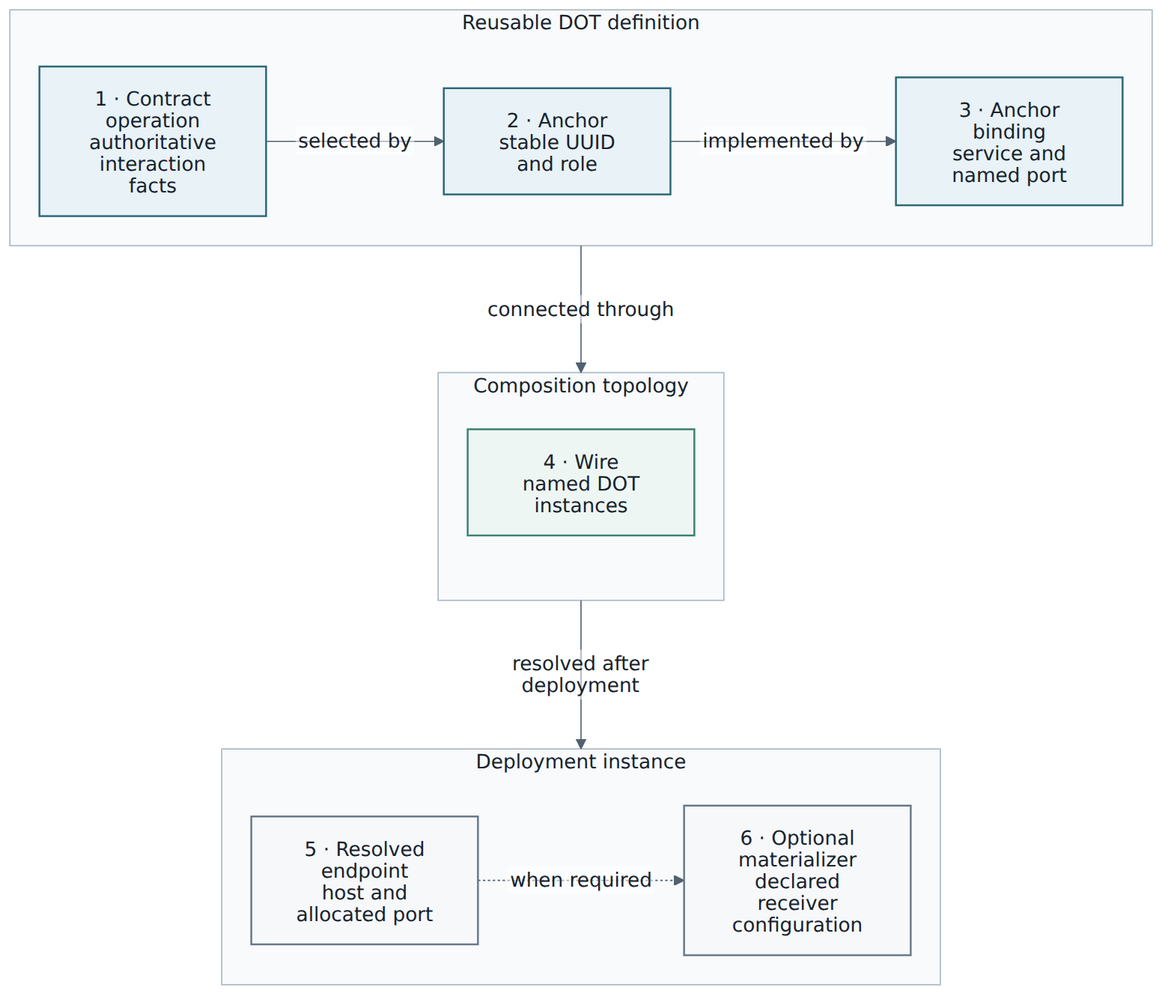
The Mermaid diagram DOT-Design/next/dot-design/_images/diagrams/contract-anchor-wire-chain.png in MARE-EU-Project/DOT-Docs, before a commit. Its source is kept beside it as DOT-Design/next/dot-design/_attachments/diagrams/contract-anchor-wire-chain.mmd.
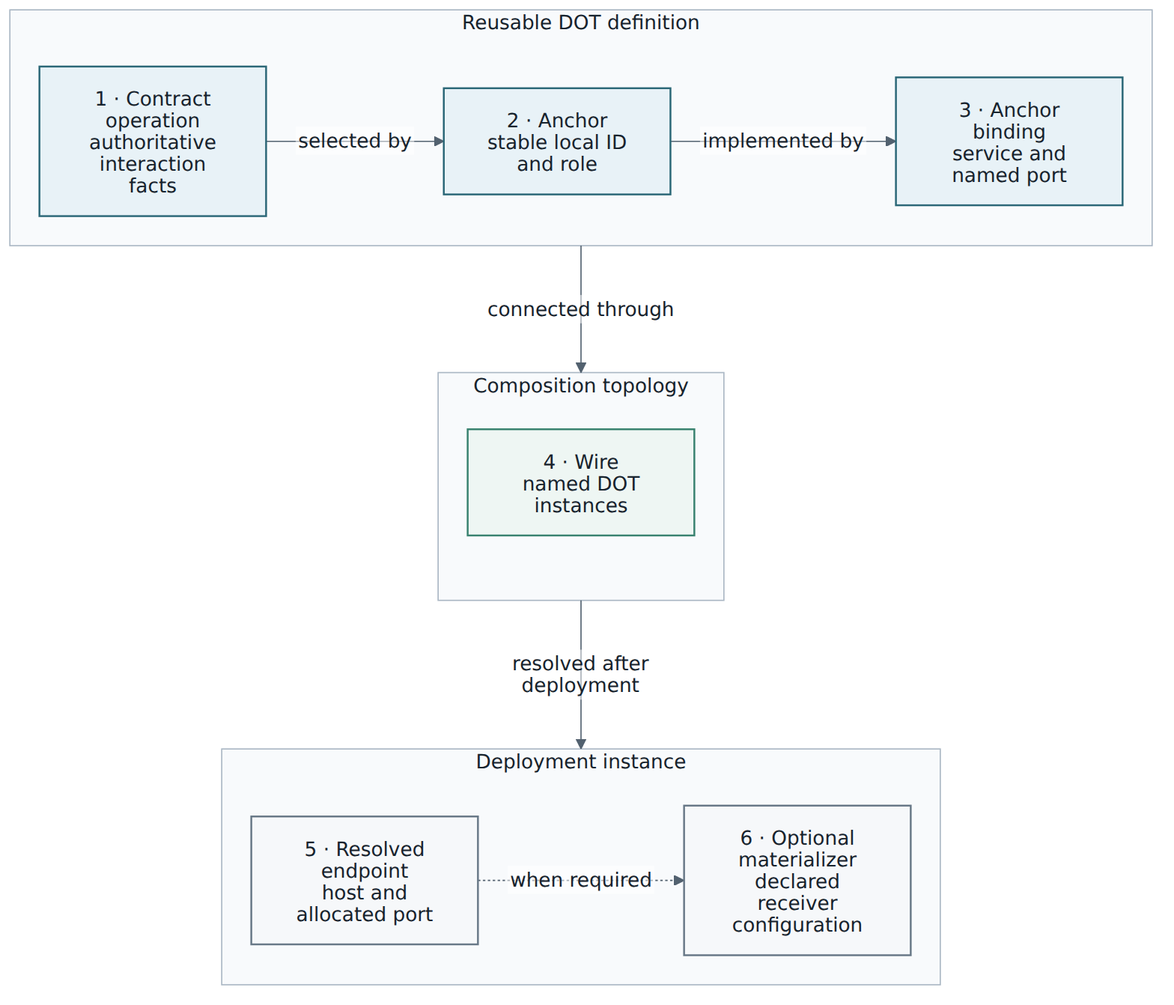
After the commit.

What changed in the source:
```diff
@@ -5,7 +5,7 @@
   subgraph Definition["Reusable DOT definition"]
     direction LR
     Contract["1 · Contract operation<br/>authoritative interaction facts"]
-    Anchor["2 · Anchor<br/>stable UUID and role"]
+    Anchor["2 · Anchor<br/>stable local ID and role"]
     Binding["3 · Anchor binding<br/>service and named port"]
     Contract -->|selected by| Anchor
     Anchor -->|implemented by| Binding
```
